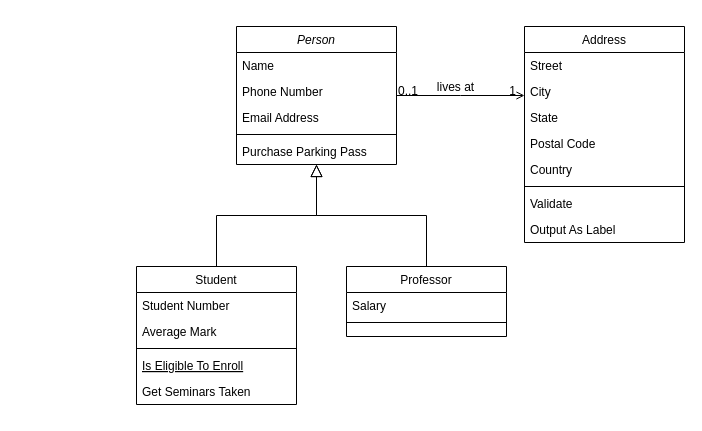
Earlier version of the draw.io diagram Untitled Diagram.drawio (galiaMuslimova/Slider). Source tidied: cells renumbered, new cells numbered last; positions are measured from the earlier drawing's top-left corner, leaving out a move shared by most shapes. Both pictures are drawn from the tidied source at 100%, with x=0, y=0 at pixel (136, 26).
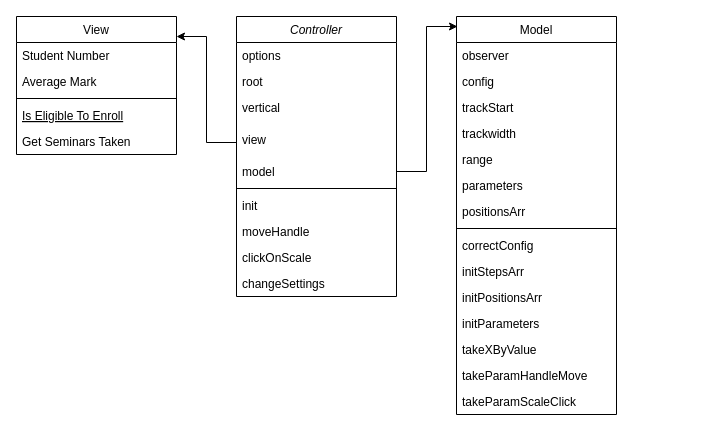
The same diagram, later.

Diff of the diagram source:
```diff
@@
-    <mxCell id="2" value="Person" style="swimlane;fontStyle=2;align=center;verticalAlign=top;horizontal=1;startSize=26;rounded=0;shadow=0;strokeWidth=1;" parent="1" vertex="1">
-      <mxGeometry x="100" width="160" height="138" as="geometry" />
-    </mxCell>
-    <mxCell id="3" value="Name" style="text;align=left;verticalAlign=top;spacingLeft=4;spacingRight=4;overflow=hidden;" parent="2" vertex="1">
-      <mxGeometry y="26" width="160" height="26" as="geometry" />
-    </mxCell>
-    <mxCell id="4" value="Phone Number" style="text;align=left;verticalAlign=top;spacingLeft=4;spacingRight=4;overflow=hidden;rounded=0;shadow=0;html=0;" parent="2" vertex="1">
-      <mxGeometry y="52" width="160" height="26" as="geometry" />
-    </mxCell>
-    <mxCell id="5" value="Email Address" style="text;align=left;verticalAlign=top;spacingLeft=4;spacingRight=4;overflow=hidden;rounded=0;shadow=0;html=0;" parent="2" vertex="1">
-      <mxGeometry y="78" width="160" height="26" as="geometry" />
-    </mxCell>
-    <mxCell id="6" style="line;html=1;strokeWidth=1;align=left;verticalAlign=middle;spacingTop=-1;spacingLeft=3;spacingRight=3;labelPosition=right;" parent="2" vertex="1">
-      <mxGeometry y="104" width="160" height="8" as="geometry" />
-    </mxCell>
-    <mxCell id="7" value="Purchase Parking Pass" style="text;align=left;verticalAlign=top;spacingLeft=4;spacingRight=4;overflow=hidden;" parent="2" vertex="1">
-      <mxGeometry y="112" width="160" height="26" as="geometry" />
-    </mxCell>
-    <mxCell id="8" value="Student" style="swimlane;fontStyle=0;align=center;verticalAlign=top;horizontal=1;startSize=26;rounded=0;shadow=0;strokeWidth=1;" parent="1" vertex="1">
-      <mxGeometry y="240" width="160" height="138" as="geometry" />
+    <mxCell id="8" value="View" style="swimlane;fontStyle=0;align=center;verticalAlign=top;horizontal=1;startSize=26;rounded=0;shadow=0;strokeWidth=1;" parent="1" vertex="1">
+      <mxGeometry x="-120" y="-10" width="160" height="138" as="geometry" />
     </mxCell>
@@
-    <mxCell id="14" style="endArrow=block;endSize=10;endFill=0;shadow=0;strokeWidth=1;rounded=0;edgeStyle=elbowEdgeStyle;elbow=vertical;" parent="1" edge="1" source="8" target="2">
-      <mxGeometry relative="1" as="geometry" />
-    </mxCell>
-    <mxCell id="15" value="Professor" style="swimlane;fontStyle=0;align=center;verticalAlign=top;horizontal=1;startSize=26;rounded=0;shadow=0;strokeWidth=1;" parent="1" vertex="1">
-      <mxGeometry x="210" y="240" width="160" height="70" as="geometry" />
-    </mxCell>
-    <mxCell id="16" value="Salary" style="text;align=left;verticalAlign=top;spacingLeft=4;spacingRight=4;overflow=hidden;" parent="15" vertex="1">
-      <mxGeometry y="26" width="160" height="26" as="geometry" />
-    </mxCell>
-    <mxCell id="17" style="line;html=1;strokeWidth=1;align=left;verticalAlign=middle;spacingTop=-1;spacingLeft=3;spacingRight=3;labelPosition=right;" parent="15" vertex="1">
-      <mxGeometry y="52" width="160" height="8" as="geometry" />
-    </mxCell>
-    <mxCell id="18" style="endArrow=block;endSize=10;endFill=0;shadow=0;strokeWidth=1;rounded=0;edgeStyle=elbowEdgeStyle;elbow=vertical;" parent="1" edge="1" source="15" target="2">
-      <mxGeometry relative="1" as="geometry" />
-    </mxCell>
-    <mxCell id="19" value="Address" style="swimlane;fontStyle=0;align=center;verticalAlign=top;horizontal=1;startSize=26;rounded=0;shadow=0;strokeWidth=1;" parent="1" vertex="1">
-      <mxGeometry x="388" width="160" height="216" as="geometry" />
+    <mxCell id="19" value="Model" style="swimlane;fontStyle=0;align=center;verticalAlign=top;horizontal=1;startSize=26;rounded=0;shadow=0;strokeWidth=1;" parent="1" vertex="1">
+      <mxGeometry x="320" y="-10" width="160" height="398" as="geometry" />
     </mxCell>
-    <mxCell id="20" value="Street" style="text;align=left;verticalAlign=top;spacingLeft=4;spacingRight=4;overflow=hidden;" parent="19" vertex="1">
+    <mxCell id="20" value="observer" style="text;align=left;verticalAlign=top;spacingLeft=4;spacingRight=4;overflow=hidden;" parent="19" vertex="1">
       <mxGeometry y="26" width="160" height="26" as="geometry" />
     </mxCell>
-    <mxCell id="21" value="City" style="text;align=left;verticalAlign=top;spacingLeft=4;spacingRight=4;overflow=hidden;rounded=0;shadow=0;html=0;" parent="19" vertex="1">
+    <mxCell id="21" value="config" style="text;align=left;verticalAlign=top;spacingLeft=4;spacingRight=4;overflow=hidden;rounded=0;shadow=0;html=0;" parent="19" vertex="1">
       <mxGeometry y="52" width="160" height="26" as="geometry" />
     </mxCell>
-    <mxCell id="22" value="State" style="text;align=left;verticalAlign=top;spacingLeft=4;spacingRight=4;overflow=hidden;rounded=0;shadow=0;html=0;" parent="19" vertex="1">
+    <mxCell id="22" value="trackStart" style="text;align=left;verticalAlign=top;spacingLeft=4;spacingRight=4;overflow=hidden;rounded=0;shadow=0;html=0;" parent="19" vertex="1">
       <mxGeometry y="78" width="160" height="26" as="geometry" />
     </mxCell>
-    <mxCell id="23" value="Postal Code" style="text;align=left;verticalAlign=top;spacingLeft=4;spacingRight=4;overflow=hidden;rounded=0;shadow=0;html=0;" parent="19" vertex="1">
+    <mxCell id="23" value="trackwidth" style="text;align=left;verticalAlign=top;spacingLeft=4;spacingRight=4;overflow=hidden;rounded=0;shadow=0;html=0;" parent="19" vertex="1">
       <mxGeometry y="104" width="160" height="26" as="geometry" />
     </mxCell>
-    <mxCell id="24" value="Country" style="text;align=left;verticalAlign=top;spacingLeft=4;spacingRight=4;overflow=hidden;rounded=0;shadow=0;html=0;" parent="19" vertex="1">
+    <mxCell id="24" value="range" style="text;align=left;verticalAlign=top;spacingLeft=4;spacingRight=4;overflow=hidden;rounded=0;shadow=0;html=0;" parent="19" vertex="1">
       <mxGeometry y="130" width="160" height="26" as="geometry" />
     </mxCell>
+    <mxCell id="27" value="parameters" style="text;align=left;verticalAlign=top;spacingLeft=4;spacingRight=4;overflow=hidden;" parent="19" vertex="1">
+      <mxGeometry y="156" width="160" height="26" as="geometry" />
+    </mxCell>
+    <mxCell id="26" value="positionsArr" style="text;align=left;verticalAlign=top;spacingLeft=4;spacingRight=4;overflow=hidden;" parent="19" vertex="1">
+      <mxGeometry y="182" width="160" height="26" as="geometry" />
+    </mxCell>
     <mxCell id="25" style="line;html=1;strokeWidth=1;align=left;verticalAlign=middle;spacingTop=-1;spacingLeft=3;spacingRight=3;labelPosition=right;" parent="19" vertex="1">
-      <mxGeometry y="156" width="160" height="8" as="geometry" />
+      <mxGeometry y="208" width="160" height="8" as="geometry" />
     </mxCell>
-    <mxCell id="26" value="Validate" style="text;align=left;verticalAlign=top;spacingLeft=4;spacingRight=4;overflow=hidden;" parent="19" vertex="1">
-      <mxGeometry y="164" width="160" height="26" as="geometry" />
-    </mxCell>
-    <mxCell id="27" value="Output As Label" style="text;align=left;verticalAlign=top;spacingLeft=4;spacingRight=4;overflow=hidden;" parent="19" vertex="1">
-      <mxGeometry y="190" width="160" height="26" as="geometry" />
-    </mxCell>
-    <mxCell id="28" style="endArrow=open;shadow=0;strokeWidth=1;rounded=0;endFill=1;edgeStyle=elbowEdgeStyle;elbow=vertical;" parent="1" edge="1" source="2" target="19">
-      <mxGeometry x="0.5" y="41" relative="1" as="geometry">
-        <mxPoint x="-40" y="32" as="offset" />
-      </mxGeometry>
-    </mxCell>
-    <mxCell id="29" value="0..1" style="align=left;verticalAlign=bottom;labelBackgroundColor=none;fontSize=12;" parent="28" vertex="1">
-      <mxGeometry x="-1" relative="1" as="geometry">
-        <mxPoint y="4" as="offset" />
-      </mxGeometry>
-    </mxCell>
-    <mxCell id="30" value="1" style="align=right;verticalAlign=bottom;labelBackgroundColor=none;fontSize=12;" parent="28" vertex="1">
-      <mxGeometry x="1" relative="1" as="geometry">
-        <mxPoint x="-7" y="4" as="offset" />
-      </mxGeometry>
-    </mxCell>
-    <mxCell id="31" value="lives at" style="text;html=1;align=center;verticalAlign=middle;labelBackgroundColor=none;rounded=0;shadow=0;strokeWidth=1;fontSize=12;" parent="28" vertex="1">
-      <mxGeometry x="0.5" y="49" relative="1" as="geometry">
-        <mxPoint x="-38" y="40" as="offset" />
-      </mxGeometry>
-    </mxCell>
+    <mxCell id="32" value="correctConfig" style="text;align=left;verticalAlign=top;spacingLeft=4;spacingRight=4;overflow=hidden;rounded=0;shadow=0;html=0;" parent="19" vertex="1">
+      <mxGeometry y="216" width="160" height="26" as="geometry" />
+    </mxCell>
+    <mxCell id="33" value="initStepsArr" style="text;align=left;verticalAlign=top;spacingLeft=4;spacingRight=4;overflow=hidden;rounded=0;shadow=0;html=0;" parent="19" vertex="1">
+      <mxGeometry y="242" width="160" height="26" as="geometry" />
+    </mxCell>
+    <mxCell id="34" value="initPositionsArr" style="text;align=left;verticalAlign=top;spacingLeft=4;spacingRight=4;overflow=hidden;rounded=0;shadow=0;html=0;" parent="19" vertex="1">
+      <mxGeometry y="268" width="160" height="26" as="geometry" />
+    </mxCell>
+    <mxCell id="35" value="initParameters" style="text;align=left;verticalAlign=top;spacingLeft=4;spacingRight=4;overflow=hidden;rounded=0;shadow=0;html=0;" parent="19" vertex="1">
+      <mxGeometry y="294" width="160" height="26" as="geometry" />
+    </mxCell>
+    <mxCell id="36" value="takeXByValue" style="text;align=left;verticalAlign=top;spacingLeft=4;spacingRight=4;overflow=hidden;rounded=0;shadow=0;html=0;" parent="19" vertex="1">
+      <mxGeometry y="320" width="160" height="26" as="geometry" />
+    </mxCell>
+    <mxCell id="37" value="takeParamHandleMove" style="text;align=left;verticalAlign=top;spacingLeft=4;spacingRight=4;overflow=hidden;rounded=0;shadow=0;html=0;" parent="19" vertex="1">
+      <mxGeometry y="346" width="160" height="26" as="geometry" />
+    </mxCell>
+    <mxCell id="38" value="takeParamScaleClick" style="text;align=left;verticalAlign=top;spacingLeft=4;spacingRight=4;overflow=hidden;rounded=0;shadow=0;html=0;" parent="19" vertex="1">
+      <mxGeometry y="372" width="160" height="26" as="geometry" />
+    </mxCell>
+    <mxCell id="2" value="Controller" style="swimlane;fontStyle=2;align=center;verticalAlign=top;horizontal=1;startSize=26;rounded=0;shadow=0;strokeWidth=1;" parent="1" vertex="1">
+      <mxGeometry x="100" y="-10" width="160" height="280" as="geometry" />
+    </mxCell>
+    <mxCell id="3" value="options" style="text;align=left;verticalAlign=top;spacingLeft=4;spacingRight=4;overflow=hidden;" parent="2" vertex="1">
+      <mxGeometry y="26" width="160" height="26" as="geometry" />
+    </mxCell>
+    <mxCell id="4" value="root" style="text;align=left;verticalAlign=top;spacingLeft=4;spacingRight=4;overflow=hidden;rounded=0;shadow=0;html=0;" parent="2" vertex="1">
+      <mxGeometry y="52" width="160" height="26" as="geometry" />
+    </mxCell>
+    <mxCell id="5" value="vertical" style="text;align=left;verticalAlign=top;spacingLeft=4;spacingRight=4;overflow=hidden;rounded=0;shadow=0;html=0;" parent="2" vertex="1">
+      <mxGeometry y="78" width="160" height="32" as="geometry" />
+    </mxCell>
+    <mxCell id="39" value="view" style="text;align=left;verticalAlign=top;spacingLeft=4;spacingRight=4;overflow=hidden;points=[[0,0.5],[1,0.5]];portConstraint=eastwest;rounded=0;shadow=0;html=0;" parent="2" vertex="1">
+      <mxGeometry y="110" width="160" height="32" as="geometry" />
+    </mxCell>
+    <mxCell id="40" value="model" style="text;align=left;verticalAlign=top;spacingLeft=4;spacingRight=4;overflow=hidden;points=[[0,0.5],[1,0.5]];portConstraint=eastwest;" parent="2" vertex="1">
+      <mxGeometry y="142" width="160" height="26" as="geometry" />
+    </mxCell>
+    <mxCell id="6" style="line;html=1;strokeWidth=1;align=left;verticalAlign=middle;spacingTop=-1;spacingLeft=3;spacingRight=3;labelPosition=right;" parent="2" vertex="1">
+      <mxGeometry y="168" width="160" height="8" as="geometry" />
+    </mxCell>
+    <mxCell id="7" value="init" style="text;align=left;verticalAlign=top;spacingLeft=4;spacingRight=4;overflow=hidden;" parent="2" vertex="1">
+      <mxGeometry y="176" width="160" height="26" as="geometry" />
+    </mxCell>
+    <mxCell id="41" value="moveHandle" style="text;align=left;verticalAlign=top;spacingLeft=4;spacingRight=4;overflow=hidden;rounded=0;shadow=0;html=0;" parent="2" vertex="1">
+      <mxGeometry y="202" width="160" height="26" as="geometry" />
+    </mxCell>
+    <mxCell id="42" value="clickOnScale" style="text;align=left;verticalAlign=top;spacingLeft=4;spacingRight=4;overflow=hidden;" parent="2" vertex="1">
+      <mxGeometry y="228" width="160" height="26" as="geometry" />
+    </mxCell>
+    <mxCell id="43" value="changeSettings" style="text;align=left;verticalAlign=top;spacingLeft=4;spacingRight=4;overflow=hidden;" parent="2" vertex="1">
+      <mxGeometry y="254" width="160" height="26" as="geometry" />
+    </mxCell>
+    <mxCell id="44" style="edgeStyle=orthogonalEdgeStyle;rounded=0;jettySize=auto;html=1;" parent="1" edge="1" source="40">
+      <mxGeometry relative="1" as="geometry">
+        <mxPoint x="321" as="targetPoint" />
+        <Array as="points">
+          <mxPoint x="290" y="145" />
+          <mxPoint x="290" />
+          <mxPoint x="321" />
+        </Array>
+      </mxGeometry>
+    </mxCell>
+    <mxCell id="45" style="edgeStyle=orthogonalEdgeStyle;rounded=0;jettySize=auto;html=1;entryX=1;entryY=0.145;entryDx=0;entryDy=0;entryPerimeter=0;" parent="1" edge="1" source="39" target="8">
+      <mxGeometry relative="1" as="geometry" />
+    </mxCell>
```
